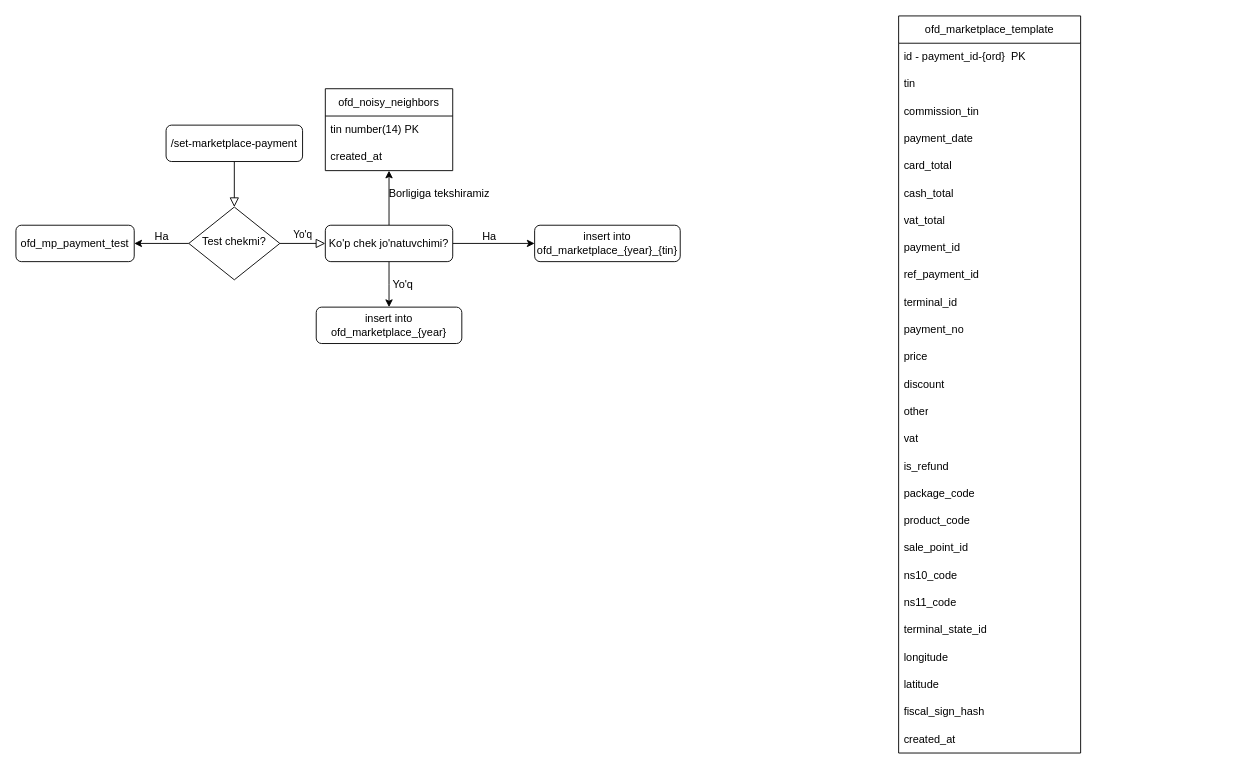
Akhadjon-Bokijanov/diagrams keeps this draw.io diagram as ofd.drawio. Above is the earlier version. Source tidied: cells renumbered, new cells numbered last; positions are measured from the earlier drawing's top-left corner, leaving out a move shared by most shapes. Both pictures are drawn from the tidied source at 91%, with x=0, y=0 at pixel (15, 15).
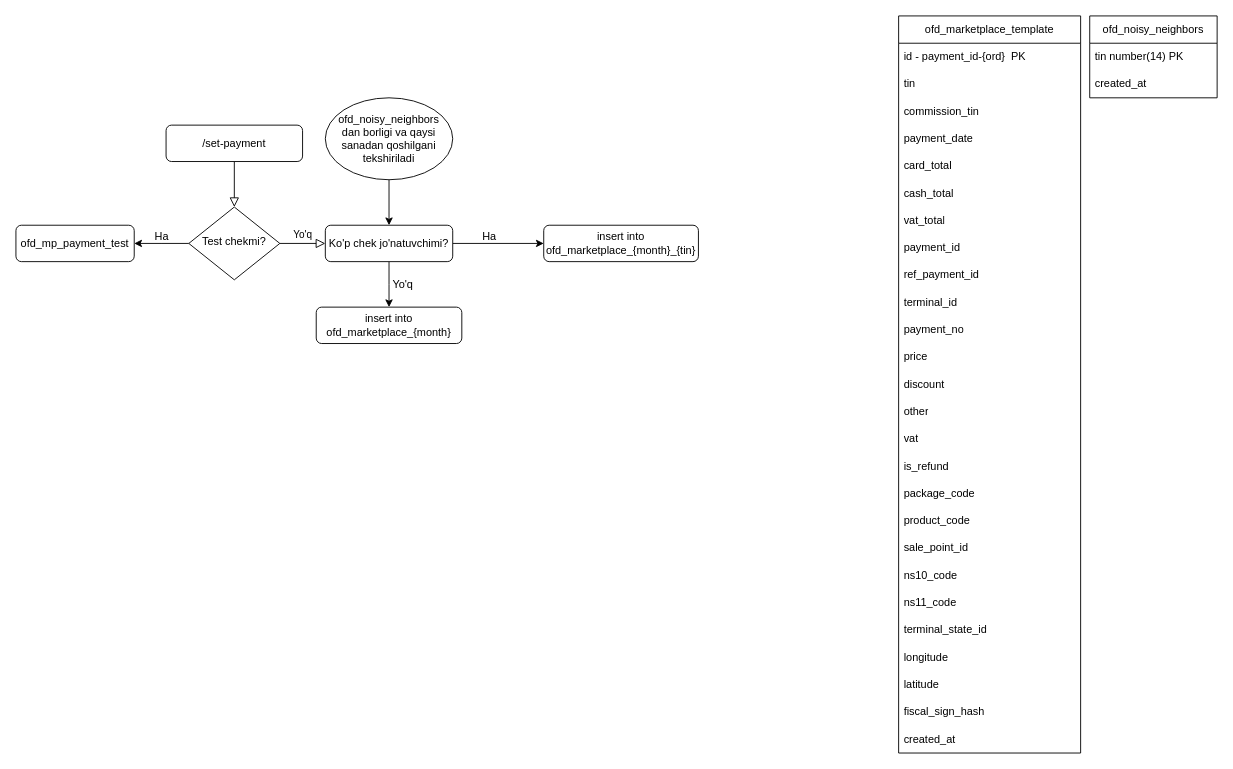
The same diagram, later.

The change refers to these unchanged cells:
```xml
<mxCell id="10" value="Ko'p chek jo'natuvchimi?" style="rounded=1;whiteSpace=wrap;html=1;fontSize=12;glass=0;strokeWidth=1;shadow=0;" parent="1" vertex="1">
  <mxGeometry x="340" y="230" width="140" height="40" as="geometry" />
</mxCell>
```

The edit, as a diff of the source:
```diff
@@
-    <mxCell id="3" value="/set-marketplace-payment" style="rounded=1;whiteSpace=wrap;html=1;fontSize=12;glass=0;strokeWidth=1;shadow=0;" parent="1" vertex="1">
+    <mxCell id="3" value="/set-payment" style="rounded=1;whiteSpace=wrap;html=1;fontSize=12;glass=0;strokeWidth=1;shadow=0;" parent="1" vertex="1">
       <mxGeometry x="165" y="120" width="150" height="40" as="geometry" />
     </mxCell>
@@
-    <mxCell id="9" style="edgeStyle=orthogonalEdgeStyle;rounded=0;jettySize=auto;html=1;entryX=0.5;entryY=1;entryDx=0;entryDy=0;entryPerimeter=0;" parent="1" edge="1" source="10" target="19">
-      <mxGeometry relative="1" as="geometry" />
-    </mxCell>
@@
-    <mxCell id="13" value="insert into ofd_marketplace_{year}_{tin}" style="whiteSpace=wrap;html=1;rounded=1;glass=0;strokeWidth=1;shadow=0;" parent="1" vertex="1">
-      <mxGeometry x="570" y="230" width="160" height="40" as="geometry" />
+    <mxCell id="13" value="insert into ofd_marketplace_{month}_{tin}" style="whiteSpace=wrap;html=1;rounded=1;glass=0;strokeWidth=1;shadow=0;" parent="1" vertex="1">
+      <mxGeometry x="580" y="230" width="170" height="40" as="geometry" />
     </mxCell>
@@
-    <mxCell id="16" value="insert into ofd_marketplace_{year}" style="whiteSpace=wrap;html=1;rounded=1;glass=0;strokeWidth=1;shadow=0;" parent="1" vertex="1">
+    <mxCell id="16" value="insert into ofd_marketplace_{month}" style="whiteSpace=wrap;html=1;rounded=1;glass=0;strokeWidth=1;shadow=0;" parent="1" vertex="1">
       <mxGeometry x="330" y="320" width="160" height="40" as="geometry" />
     </mxCell>
-    <mxCell id="17" value="ofd_noisy_neighbors" style="swimlane;fontStyle=0;horizontal=1;startSize=30;whiteSpace=wrap;html=1;" parent="1" vertex="1">
-      <mxGeometry x="340" y="80" width="140" height="90" as="geometry" />
-    </mxCell>
-    <mxCell id="18" value="tin number(14) PK" style="text;strokeColor=none;fillColor=none;align=left;verticalAlign=middle;spacingLeft=4;spacingRight=4;overflow=hidden;whiteSpace=wrap;html=1;" parent="17" vertex="1">
-      <mxGeometry y="30" width="140" height="30" as="geometry" />
-    </mxCell>
-    <mxCell id="19" value="created_at" style="text;strokeColor=none;fillColor=none;align=left;verticalAlign=middle;spacingLeft=4;spacingRight=4;overflow=hidden;points=[[0,0.5],[1,0.5]];portConstraint=eastwest;whiteSpace=wrap;html=1;" parent="17" vertex="1">
-      <mxGeometry y="60" width="140" height="30" as="geometry" />
-    </mxCell>
-    <mxCell id="20" value="Borligiga tekshiramiz" style="text;html=1;align=center;verticalAlign=middle;strokeColor=none;fillColor=none;" parent="1" vertex="1">
-      <mxGeometry x="400" y="180" width="130" height="30" as="geometry" />
-    </mxCell>
@@
+    <mxCell id="17" value="ofd_noisy_neighbors" style="swimlane;fontStyle=0;horizontal=1;startSize=30;whiteSpace=wrap;html=1;" parent="1" vertex="1">
+      <mxGeometry x="1180" width="140" height="90" as="geometry" />
+    </mxCell>
+    <mxCell id="18" value="tin number(14) PK" style="text;strokeColor=none;fillColor=none;align=left;verticalAlign=middle;spacingLeft=4;spacingRight=4;overflow=hidden;whiteSpace=wrap;html=1;" parent="17" vertex="1">
+      <mxGeometry y="30" width="140" height="30" as="geometry" />
+    </mxCell>
+    <mxCell id="19" value="created_at" style="text;strokeColor=none;fillColor=none;align=left;verticalAlign=middle;spacingLeft=4;spacingRight=4;overflow=hidden;points=[[0,0.5],[1,0.5]];portConstraint=eastwest;whiteSpace=wrap;html=1;" parent="17" vertex="1">
+      <mxGeometry y="60" width="140" height="30" as="geometry" />
+    </mxCell>
+    <mxCell id="48" style="edgeStyle=orthogonalEdgeStyle;rounded=0;jettySize=auto;html=1;entryX=0.5;entryY=0;entryDx=0;entryDy=0;" parent="1" edge="1" source="49" target="10">
+      <mxGeometry relative="1" as="geometry" />
+    </mxCell>
+    <mxCell id="49" value="ofd_noisy_neighbors&lt;div&gt;dan borligi va qaysi sanadan qoshilgani&lt;/div&gt;&lt;div&gt;tekshiriladi&lt;/div&gt;" style="ellipse;whiteSpace=wrap;html=1;" parent="1" vertex="1">
+      <mxGeometry x="340" y="90" width="140" height="90" as="geometry" />
+    </mxCell>
```
